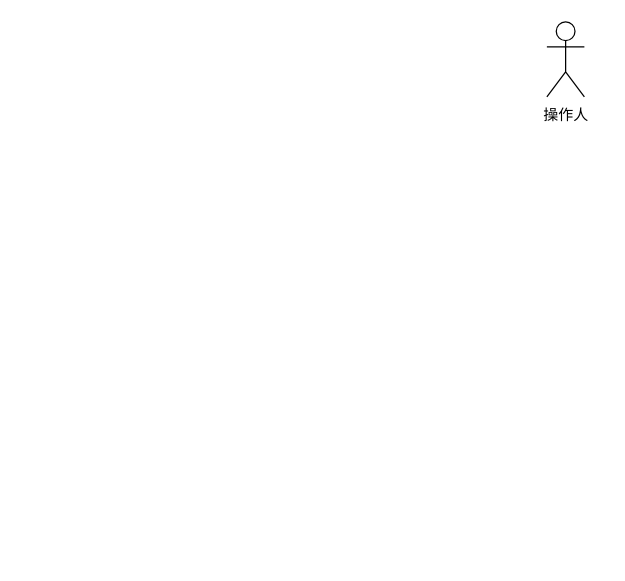
Before: Untitled Diagram.drawio in hcy973747509/draw.io, a draw.io diagram. Source tidied: cells renumbered, new cells numbered last; positions are measured from the earlier drawing's top-left corner, leaving out a move shared by most shapes. Both pictures are drawn from the tidied source at 125%, with x=0, y=0 at pixel (528, 21).
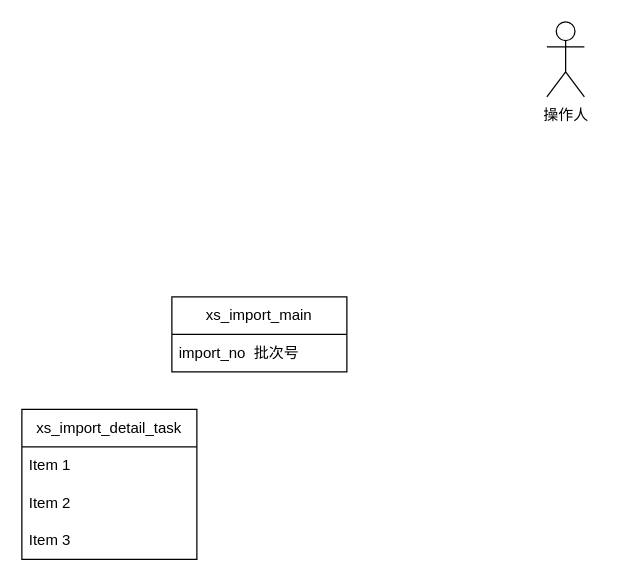
The same diagram, later.

Change to the diagram source:
```diff
@@
 <mxGraphModel>
   <root>
     <mxCell id="0" />
     <mxCell id="1" parent="0" />
     <mxCell id="2" style="shape=umlActor;verticalLabelPosition=bottom;verticalAlign=top;html=1;" parent="1" vertex="1">
       <mxGeometry x="15" width="30" height="60" as="geometry" />
     </mxCell>
     <mxCell id="3" value="操作人" style="text;html=1;align=center;verticalAlign=middle;strokeColor=none;fillColor=none;" parent="1" vertex="1">
       <mxGeometry y="60" width="60" height="30" as="geometry" />
     </mxCell>
+    <mxCell id="4" value="xs_import_main" style="swimlane;fontStyle=0;horizontal=1;startSize=30;whiteSpace=wrap;html=1;" parent="1" vertex="1">
+      <mxGeometry x="-285" y="220" width="140" height="60" as="geometry" />
+    </mxCell>
+    <mxCell id="5" value="import_no&amp;nbsp;&amp;nbsp;批次号" style="text;strokeColor=none;fillColor=none;align=left;verticalAlign=middle;spacingLeft=4;spacingRight=4;overflow=hidden;whiteSpace=wrap;html=1;" parent="4" vertex="1">
+      <mxGeometry y="30" width="140" height="30" as="geometry" />
+    </mxCell>
+    <mxCell id="6" value="xs_import_detail_task" style="swimlane;fontStyle=0;horizontal=1;startSize=30;whiteSpace=wrap;html=1;" parent="1" vertex="1">
+      <mxGeometry x="-405" y="310" width="140" height="120" as="geometry" />
+    </mxCell>
+    <mxCell id="7" value="Item 1" style="text;strokeColor=none;fillColor=none;align=left;verticalAlign=middle;spacingLeft=4;spacingRight=4;overflow=hidden;whiteSpace=wrap;html=1;" parent="6" vertex="1">
+      <mxGeometry y="30" width="140" height="30" as="geometry" />
+    </mxCell>
+    <mxCell id="8" value="Item 2" style="text;strokeColor=none;fillColor=none;align=left;verticalAlign=middle;spacingLeft=4;spacingRight=4;overflow=hidden;whiteSpace=wrap;html=1;" parent="6" vertex="1">
+      <mxGeometry y="60" width="140" height="30" as="geometry" />
+    </mxCell>
+    <mxCell id="9" value="Item 3" style="text;strokeColor=none;fillColor=none;align=left;verticalAlign=middle;spacingLeft=4;spacingRight=4;overflow=hidden;whiteSpace=wrap;html=1;" parent="6" vertex="1">
+      <mxGeometry y="90" width="140" height="30" as="geometry" />
+    </mxCell>
   </root>
 </mxGraphModel>
```
